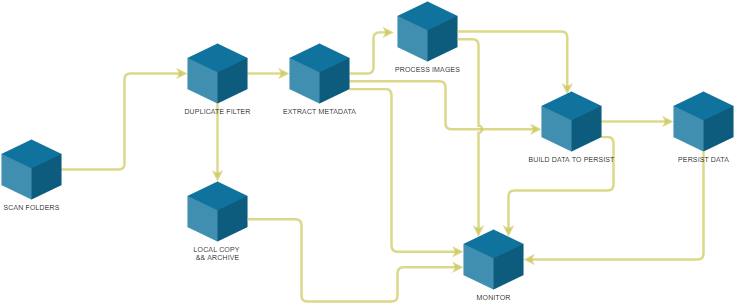
Before: documents/architecture_3.png, a diagram exported from draw.io (hedes-gs/WorkflowGs). Source tidied: cells renumbered, new cells last; positions are measured from the earlier drawing's top-left corner, leaving out a move shared by most shapes. Its diagram source:
```xml
<mxGraphModel>
  <root>
    <mxCell id="0" />
    <mxCell id="1" parent="0" />
    <mxCell id="2" style="edgeStyle=orthogonalEdgeStyle;rounded=1;jettySize=auto;html=1;entryX=0;entryY=0;entryDx=0;entryDy=50;entryPerimeter=0;strokeWidth=4;opacity=70;fillColor=#6a00ff;strokeColor=#CCC858;" parent="1" edge="1" source="3" target="6">
      <mxGeometry relative="1" as="geometry" />
    </mxCell>
    <mxCell id="3" value="SCAN FOLDERS" style="verticalLabelPosition=bottom;verticalAlign=top;html=1;shape=mxgraph.infographic.shadedCube;isoAngle=15;fillColor=#10739E;strokeWidth=4;strokeColor=none;" parent="1" vertex="1">
      <mxGeometry y="230" width="100" height="100" as="geometry" />
    </mxCell>
    <mxCell id="4" style="edgeStyle=orthogonalEdgeStyle;rounded=1;jettySize=auto;html=1;entryX=0;entryY=0;entryDx=0;entryDy=50;entryPerimeter=0;strokeWidth=4;opacity=70;fillColor=#6a00ff;strokeColor=#CCC858;" parent="1" edge="1" source="6" target="10">
      <mxGeometry relative="1" as="geometry" />
    </mxCell>
    <mxCell id="5" style="edgeStyle=orthogonalEdgeStyle;rounded=1;jettySize=auto;html=1;strokeWidth=4;opacity=70;fillColor=#6a00ff;strokeColor=#CCC858;" parent="1" edge="1" source="6" target="18">
      <mxGeometry relative="1" as="geometry" />
    </mxCell>
    <mxCell id="6" value="DUPLICATE FILTER" style="verticalLabelPosition=bottom;verticalAlign=top;html=1;shape=mxgraph.infographic.shadedCube;isoAngle=15;fillColor=#10739E;strokeWidth=4;strokeColor=none;" parent="1" vertex="1">
      <mxGeometry x="310" y="70" width="100" height="100" as="geometry" />
    </mxCell>
    <mxCell id="7" style="edgeStyle=orthogonalEdgeStyle;rounded=1;jettySize=auto;html=1;entryX=-0.06;entryY=0.515;entryDx=0;entryDy=0;entryPerimeter=0;strokeWidth=4;opacity=70;fillColor=#6a00ff;strokeColor=#CCC858;" parent="1" edge="1" source="10" target="13">
      <mxGeometry relative="1" as="geometry" />
    </mxCell>
    <mxCell id="8" style="edgeStyle=orthogonalEdgeStyle;rounded=1;jettySize=auto;html=1;entryX=0;entryY=0;entryDx=0;entryDy=62.9960620459942;entryPerimeter=0;exitX=0;exitY=0;exitDx=100;exitDy=62.9960620459942;exitPerimeter=0;strokeWidth=4;opacity=70;fillColor=#6a00ff;strokeColor=#CCC858;" parent="1" edge="1" source="10" target="16">
      <mxGeometry relative="1" as="geometry" />
    </mxCell>
    <mxCell id="9" style="edgeStyle=orthogonalEdgeStyle;rounded=1;jumpStyle=arc;jettySize=auto;html=1;entryX=0;entryY=0;entryDx=0;entryDy=37.0039379540058;entryPerimeter=0;strokeWidth=4;opacity=70;fillColor=#6a00ff;strokeColor=#CCC858;exitX=0;exitY=0;exitDx=100;exitDy=75.9921240919884;exitPerimeter=0;" parent="1" edge="1" source="10" target="21">
      <mxGeometry relative="1" as="geometry">
        <Array as="points">
          <mxPoint x="650" y="146" />
          <mxPoint x="650" y="417" />
        </Array>
      </mxGeometry>
    </mxCell>
    <mxCell id="10" value="EXTRACT METADATA" style="verticalLabelPosition=bottom;verticalAlign=top;html=1;shape=mxgraph.infographic.shadedCube;isoAngle=15;fillColor=#10739E;strokeWidth=4;strokeColor=none;" parent="1" vertex="1">
      <mxGeometry x="480" y="70" width="100" height="100" as="geometry" />
    </mxCell>
    <mxCell id="11" style="edgeStyle=orthogonalEdgeStyle;rounded=1;jettySize=auto;html=1;exitX=0;exitY=0;exitDx=100;exitDy=50;exitPerimeter=0;entryX=0.43;entryY=0.05;entryDx=0;entryDy=0;entryPerimeter=0;strokeWidth=4;opacity=70;fillColor=#6a00ff;strokeColor=#CCC858;" parent="1" edge="1" source="13" target="16">
      <mxGeometry relative="1" as="geometry" />
    </mxCell>
    <mxCell id="12" style="edgeStyle=orthogonalEdgeStyle;rounded=1;jettySize=auto;html=1;entryX=0;entryY=0;entryDx=25;entryDy=12.0039379540058;entryPerimeter=0;jumpStyle=arc;exitX=0;exitY=0;exitDx=100;exitDy=62.9960620459942;exitPerimeter=0;strokeWidth=4;opacity=70;fillColor=#6a00ff;strokeColor=#CCC858;" parent="1" edge="1" source="13" target="21">
      <mxGeometry relative="1" as="geometry" />
    </mxCell>
    <mxCell id="13" value="PROCESS IMAGES" style="verticalLabelPosition=bottom;verticalAlign=top;html=1;shape=mxgraph.infographic.shadedCube;isoAngle=15;fillColor=#10739E;strokeWidth=4;strokeColor=none;" parent="1" vertex="1">
      <mxGeometry x="660" width="100" height="100" as="geometry" />
    </mxCell>
    <mxCell id="14" style="edgeStyle=orthogonalEdgeStyle;rounded=1;jettySize=auto;html=1;strokeWidth=4;opacity=70;fillColor=#6a00ff;strokeColor=#CCC858;" parent="1" edge="1" source="16" target="20">
      <mxGeometry relative="1" as="geometry" />
    </mxCell>
    <mxCell id="15" style="edgeStyle=orthogonalEdgeStyle;rounded=1;jettySize=auto;html=1;exitX=0;exitY=0;exitDx=100;exitDy=75.9921240919884;exitPerimeter=0;strokeWidth=4;opacity=70;fillColor=#6a00ff;strokeColor=#CCC858;entryX=0;entryY=0;entryDx=75;entryDy=12.0039379540058;entryPerimeter=0;" parent="1" edge="1" source="16" target="21">
      <mxGeometry relative="1" as="geometry" />
    </mxCell>
    <mxCell id="16" value="BUILD DATA TO PERSIST" style="verticalLabelPosition=bottom;verticalAlign=top;html=1;shape=mxgraph.infographic.shadedCube;isoAngle=15;fillColor=#10739E;strokeWidth=4;strokeColor=none;" parent="1" vertex="1">
      <mxGeometry x="900" y="150" width="100" height="100" as="geometry" />
    </mxCell>
    <mxCell id="17" style="edgeStyle=orthogonalEdgeStyle;rounded=1;jumpStyle=arc;jettySize=auto;html=1;entryX=0;entryY=0;entryDx=0;entryDy=62.9960620459942;entryPerimeter=0;strokeWidth=4;opacity=70;fillColor=#6a00ff;strokeColor=#CCC858;exitX=0;exitY=0;exitDx=100;exitDy=62.9960620459942;exitPerimeter=0;" parent="1" edge="1" source="18" target="21">
      <mxGeometry relative="1" as="geometry">
        <Array as="points">
          <mxPoint x="500" y="363" />
          <mxPoint x="500" y="500" />
          <mxPoint x="660" y="500" />
          <mxPoint x="660" y="443" />
        </Array>
      </mxGeometry>
    </mxCell>
    <mxCell id="18" value="LOCAL COPY&amp;nbsp;&lt;br&gt;&amp;amp;&amp;amp; ARCHIVE" style="verticalLabelPosition=bottom;verticalAlign=top;html=1;shape=mxgraph.infographic.shadedCube;isoAngle=15;fillColor=#10739E;strokeWidth=4;strokeColor=none;" parent="1" vertex="1">
      <mxGeometry x="310" y="300" width="100" height="100" as="geometry" />
    </mxCell>
    <mxCell id="19" style="edgeStyle=orthogonalEdgeStyle;rounded=1;jettySize=auto;html=1;entryX=0;entryY=0;entryDx=100;entryDy=50;entryPerimeter=0;exitX=0.5;exitY=1;exitDx=0;exitDy=0;exitPerimeter=0;strokeWidth=4;opacity=70;fillColor=#6a00ff;strokeColor=#CCC858;" parent="1" edge="1" source="20" target="21">
      <mxGeometry relative="1" as="geometry">
        <Array as="points">
          <mxPoint x="1170" y="430" />
        </Array>
      </mxGeometry>
    </mxCell>
    <mxCell id="20" value="PERSIST DATA" style="verticalLabelPosition=bottom;verticalAlign=top;html=1;shape=mxgraph.infographic.shadedCube;isoAngle=15;fillColor=#10739E;strokeWidth=4;strokeColor=none;" parent="1" vertex="1">
      <mxGeometry x="1120" y="150" width="100" height="100" as="geometry" />
    </mxCell>
    <mxCell id="21" value="MONITOR" style="verticalLabelPosition=bottom;verticalAlign=top;html=1;shape=mxgraph.infographic.shadedCube;isoAngle=15;fillColor=#10739E;strokeWidth=4;strokeColor=none;" parent="1" vertex="1">
      <mxGeometry x="770" y="380" width="100" height="100" as="geometry" />
    </mxCell>
  </root>
</mxGraphModel>
```
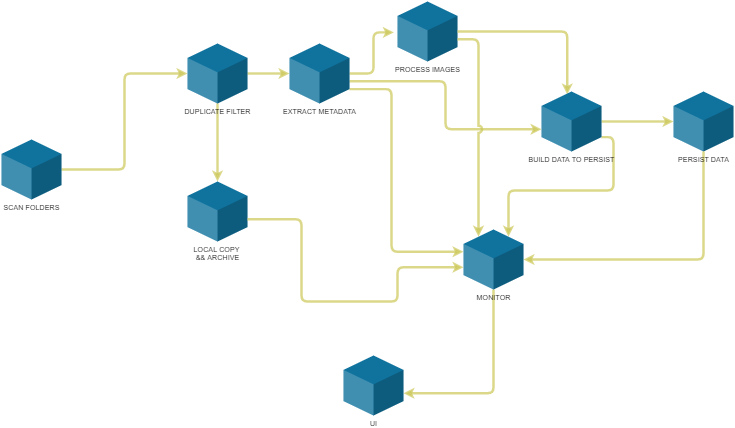
Above is the later version.

The edit, as a diff of the source:
```diff
@@ -75,8 +75,14 @@
     <mxCell id="20" value="PERSIST DATA" style="verticalLabelPosition=bottom;verticalAlign=top;html=1;shape=mxgraph.infographic.shadedCube;isoAngle=15;fillColor=#10739E;strokeWidth=4;strokeColor=none;" parent="1" vertex="1">
       <mxGeometry x="1120" y="150" width="100" height="100" as="geometry" />
     </mxCell>
+    <mxCell id="22" style="edgeStyle=orthogonalEdgeStyle;jettySize=auto;html=1;entryX=0;entryY=0;entryDx=100;entryDy=62.9960620459942;entryPerimeter=0;strokeColor=#CCC858;strokeWidth=4;fillColor=#6a00ff;opacity=70;jumpStyle=arc;exitX=0.5;exitY=1;exitDx=0;exitDy=0;exitPerimeter=0;" parent="1" edge="1" source="21" target="23">
+      <mxGeometry relative="1" as="geometry" />
+    </mxCell>
     <mxCell id="21" value="MONITOR" style="verticalLabelPosition=bottom;verticalAlign=top;html=1;shape=mxgraph.infographic.shadedCube;isoAngle=15;fillColor=#10739E;strokeWidth=4;strokeColor=none;" parent="1" vertex="1">
       <mxGeometry x="770" y="380" width="100" height="100" as="geometry" />
     </mxCell>
+    <mxCell id="23" value="UI" style="verticalLabelPosition=bottom;verticalAlign=top;html=1;shape=mxgraph.infographic.shadedCube;isoAngle=15;fillColor=#10739E;strokeWidth=4;strokeColor=none;" parent="1" vertex="1">
+      <mxGeometry x="570" y="590" width="100" height="100" as="geometry" />
+    </mxCell>
   </root>
 </mxGraphModel>
```
